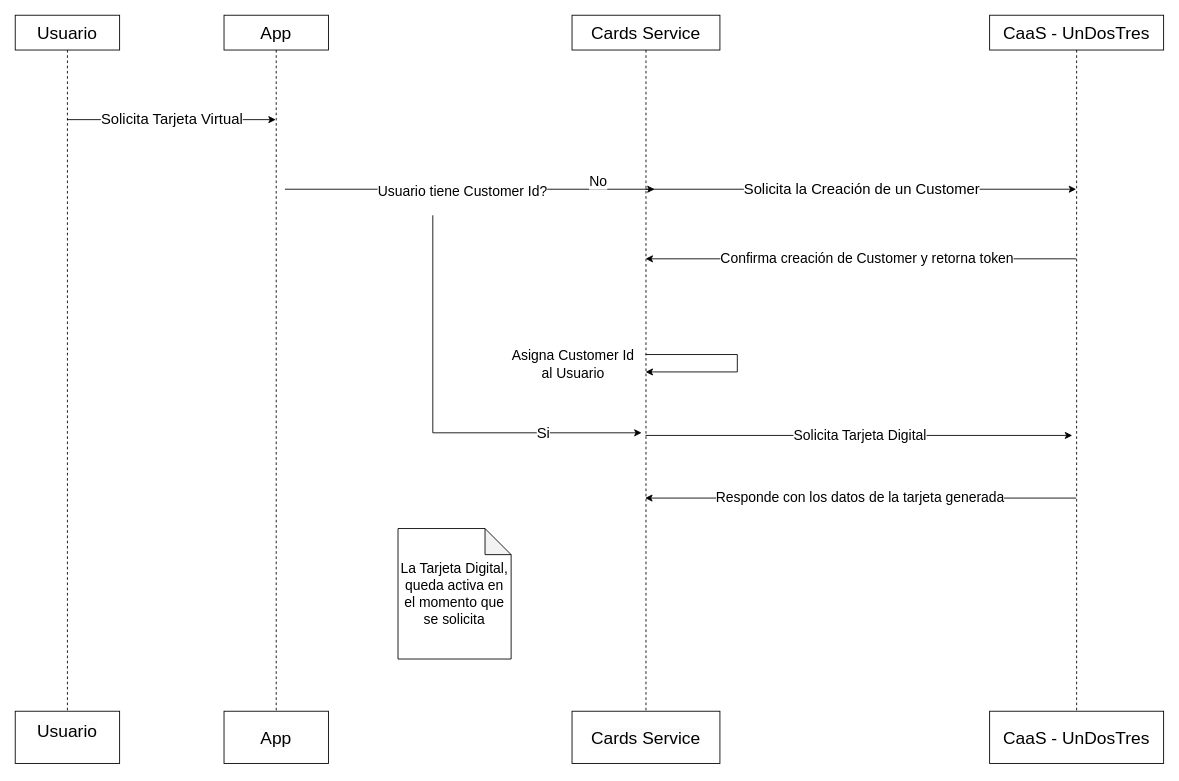
The draw.io diagram Diagrama sin título.drawio in arito-ag/arito-ag, before the edit. Source tidied: cells renumbered, new cells numbered last; positions are measured from the earlier drawing's top-left corner, leaving out a move shared by most shapes. Both pictures are drawn from the tidied source at 87%, with x=0, y=0 at pixel (15, 15).
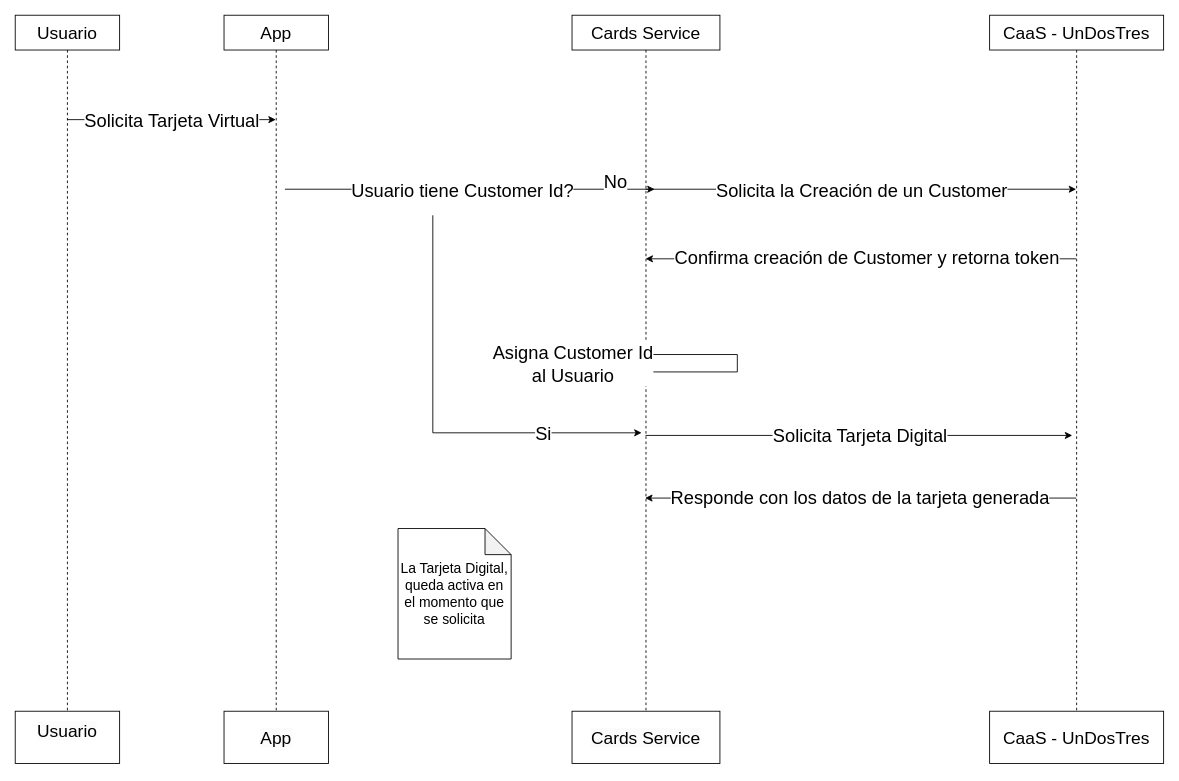
Above is the later version.

The change refers to these unchanged cells:
```xml
<mxCell id="2" style="edgeStyle=elbowEdgeStyle;rounded=0;jettySize=auto;html=1;elbow=horizontal;curved=0;" parent="1" edge="1" source="4" target="9">
  <mxGeometry relative="1" as="geometry">
    <Array as="points">
      <mxPoint x="180" y="120" />
    </Array>
  </mxGeometry>
</mxCell>
<mxCell id="6" style="edgeStyle=elbowEdgeStyle;rounded=0;orthogonalLoop=1;jettySize=auto;html=1;elbow=vertical;curved=0;" parent="1" edge="1">
  <mxGeometry relative="1" as="geometry">
    <mxPoint x="310" y="200" as="sourcePoint" />
    <mxPoint x="735" y="200" as="targetPoint" />
    <Array as="points">
      <mxPoint x="530.5" y="200" />
    </Array>
  </mxGeometry>
</mxCell>
<mxCell id="11" style="edgeStyle=elbowEdgeStyle;rounded=0;jettySize=auto;html=1;elbow=vertical;curved=0;" parent="1" edge="1" source="13" target="17">
  <mxGeometry relative="1" as="geometry">
    <Array as="points">
      <mxPoint x="890" y="200" />
    </Array>
  </mxGeometry>
</mxCell>
<mxCell id="15" style="edgeStyle=elbowEdgeStyle;rounded=0;jettySize=auto;html=1;elbow=horizontal;curved=0;" parent="1" edge="1" source="17" target="13">
  <mxGeometry relative="1" as="geometry">
    <Array as="points">
      <mxPoint x="900" y="280" />
    </Array>
  </mxGeometry>
</mxCell>
<mxCell id="19" style="edgeStyle=elbowEdgeStyle;rounded=0;orthogonalLoop=1;jettySize=auto;html=1;elbow=vertical;curved=0;" parent="1" edge="1" source="13" target="13">
  <mxGeometry relative="1" as="geometry">
    <Array as="points">
      <mxPoint x="720" y="347" />
    </Array>
  </mxGeometry>
</mxCell>
<mxCell id="21" style="endArrow=classic;html=1;rounded=0;" parent="1" edge="1">
  <mxGeometry relative="1" as="geometry">
    <mxPoint x="480" y="230" as="sourcePoint" />
    <mxPoint x="720" y="480" as="targetPoint" />
    <Array as="points">
      <mxPoint x="480" y="480" />
      <mxPoint x="720" y="480" />
    </Array>
  </mxGeometry>
</mxCell>
<mxCell id="23" style="edgeStyle=elbowEdgeStyle;rounded=0;jettySize=auto;html=1;elbow=vertical;curved=0;entryX=0.475;entryY=0.604;entryDx=0;entryDy=0;entryPerimeter=0;" parent="1" edge="1" source="13" target="17">
  <mxGeometry relative="1" as="geometry" />
</mxCell>
<mxCell id="25" style="edgeStyle=elbowEdgeStyle;rounded=0;jettySize=auto;html=1;elbow=vertical;curved=0;entryX=0.494;entryY=0.694;entryDx=0;entryDy=0;entryPerimeter=0;" parent="1" edge="1" source="17" target="13">
  <mxGeometry relative="1" as="geometry" />
</mxCell>
```

The edit, as a diff of the source:
```diff
@@
-    <mxCell id="3" value="&lt;font style=&quot;font-size: 17px;&quot;&gt;Solicita Tarjeta Virtual&lt;/font&gt;" style="edgeLabel;html=1;align=center;verticalAlign=middle;" parent="2" vertex="1">
+    <mxCell id="3" value="&lt;font style=&quot;font-size: 21px;&quot;&gt;Solicita Tarjeta Virtual&lt;/font&gt;" style="edgeLabel;html=1;align=center;verticalAlign=middle;" parent="2" vertex="1">
       <mxGeometry x="-0.29" relative="1" as="geometry">
         <mxPoint x="35" as="offset" />
       </mxGeometry>
     </mxCell>
@@
-    <mxCell id="7" value="&lt;span style=&quot;font-size: 16px;&quot;&gt;Usuario tiene Customer Id?&lt;/span&gt;" style="edgeLabel;html=1;align=center;verticalAlign=middle;" parent="6" vertex="1">
+    <mxCell id="7" value="&lt;font style=&quot;font-size: 21px;&quot;&gt;Usuario tiene Customer Id?&lt;/font&gt;" style="edgeLabel;html=1;align=center;verticalAlign=middle;" parent="6" vertex="1">
       <mxGeometry x="-0.22" y="-1" relative="1" as="geometry">
         <mxPoint x="37" as="offset" />
       </mxGeometry>
     </mxCell>
-    <mxCell id="8" value="&lt;font style=&quot;font-size: 16px;&quot;&gt;No&lt;/font&gt;" style="edgeLabel;html=1;align=center;verticalAlign=middle;" parent="6" vertex="1">
+    <mxCell id="8" value="&lt;font style=&quot;font-size: 21px;&quot;&gt;No&lt;/font&gt;" style="edgeLabel;html=1;align=center;verticalAlign=middle;" parent="6" vertex="1">
       <mxGeometry x="0.69" y="-4" relative="1" as="geometry">
-        <mxPoint y="-14" as="offset" />
+        <mxPoint x="20" y="-14" as="offset" />
       </mxGeometry>
     </mxCell>
@@
-    <mxCell id="12" value="&lt;font style=&quot;font-size: 17px;&quot;&gt;Solicita la Creación de un Customer&lt;/font&gt;" style="edgeLabel;html=1;align=center;verticalAlign=middle;" parent="11" vertex="1">
+    <mxCell id="12" value="&lt;font style=&quot;font-size: 21px;&quot;&gt;Solicita la Creación de un Customer&lt;/font&gt;" style="edgeLabel;html=1;align=center;verticalAlign=middle;" parent="11" vertex="1">
       <mxGeometry x="0.06" y="-3" relative="1" as="geometry">
         <mxPoint x="-14" y="-3" as="offset" />
       </mxGeometry>
     </mxCell>
@@
-    <mxCell id="16" value="&lt;font style=&quot;font-size: 16px;&quot;&gt;Confirma creación de Customer y retorna token&lt;/font&gt;" style="edgeLabel;html=1;align=center;verticalAlign=middle;" parent="15" vertex="1">
+    <mxCell id="16" value="&lt;font style=&quot;font-size: 21px;&quot;&gt;Confirma creación de Customer y retorna token&lt;/font&gt;" style="edgeLabel;html=1;align=center;verticalAlign=middle;" parent="15" vertex="1">
       <mxGeometry x="-0.12" y="-2" relative="1" as="geometry">
         <mxPoint x="-23" as="offset" />
       </mxGeometry>
     </mxCell>
@@
-    <mxCell id="20" value="&lt;font style=&quot;font-size: 16px;&quot;&gt;Asigna Customer Id&lt;/font&gt;&lt;div&gt;&lt;font style=&quot;font-size: 16px;&quot;&gt;al Usuario&lt;/font&gt;&lt;/div&gt;" style="edgeLabel;html=1;align=center;verticalAlign=middle;" parent="19" vertex="1">
+    <mxCell id="20" value="&lt;font style=&quot;font-size: 21px;&quot;&gt;Asigna Customer Id&lt;/font&gt;&lt;div style=&quot;font-size: 21px;&quot;&gt;&lt;font style=&quot;font-size: 21px;&quot;&gt;al Usuario&lt;/font&gt;&lt;/div&gt;" style="edgeLabel;html=1;align=center;verticalAlign=middle;" parent="19" vertex="1">
       <mxGeometry x="0.4" y="1" relative="1" as="geometry">
         <mxPoint x="-153" y="-11" as="offset" />
       </mxGeometry>
     </mxCell>
@@
-    <mxCell id="22" value="&lt;font style=&quot;font-size: 17px;&quot;&gt;Si&lt;/font&gt;" style="edgeLabel;html=1;align=center;verticalAlign=middle;" parent="21" vertex="1">
+    <mxCell id="22" value="&lt;font style=&quot;font-size: 21px;&quot;&gt;Si&lt;/font&gt;" style="edgeLabel;html=1;align=center;verticalAlign=middle;" parent="21" vertex="1">
       <mxGeometry x="0.44" y="4" relative="1" as="geometry">
         <mxPoint x="23" y="4" as="offset" />
       </mxGeometry>
     </mxCell>
@@
-    <mxCell id="24" value="&lt;font style=&quot;font-size: 16px;&quot;&gt;Solicita Tarjeta Digital&lt;/font&gt;" style="edgeLabel;html=1;align=center;verticalAlign=middle;" parent="23" vertex="1">
+    <mxCell id="24" value="&lt;font style=&quot;font-size: 21px;&quot;&gt;Solicita Tarjeta Digital&lt;/font&gt;" style="edgeLabel;html=1;align=center;verticalAlign=middle;" parent="23" vertex="1">
       <mxGeometry x="-0.17" y="1" relative="1" as="geometry">
         <mxPoint x="42" as="offset" />
       </mxGeometry>
     </mxCell>
@@
-    <mxCell id="26" value="&lt;font style=&quot;font-size: 16px;&quot;&gt;Responde con los datos de la tarjeta generada&lt;/font&gt;" style="edgeLabel;html=1;align=center;verticalAlign=middle;" parent="25" vertex="1">
+    <mxCell id="26" value="&lt;font style=&quot;font-size: 21px;&quot;&gt;Responde con los datos de la tarjeta generada&lt;/font&gt;" style="edgeLabel;html=1;align=center;verticalAlign=middle;" parent="25" vertex="1">
       <mxGeometry x="0.12" y="-2" relative="1" as="geometry">
         <mxPoint x="29" as="offset" />
       </mxGeometry>
     </mxCell>
```
